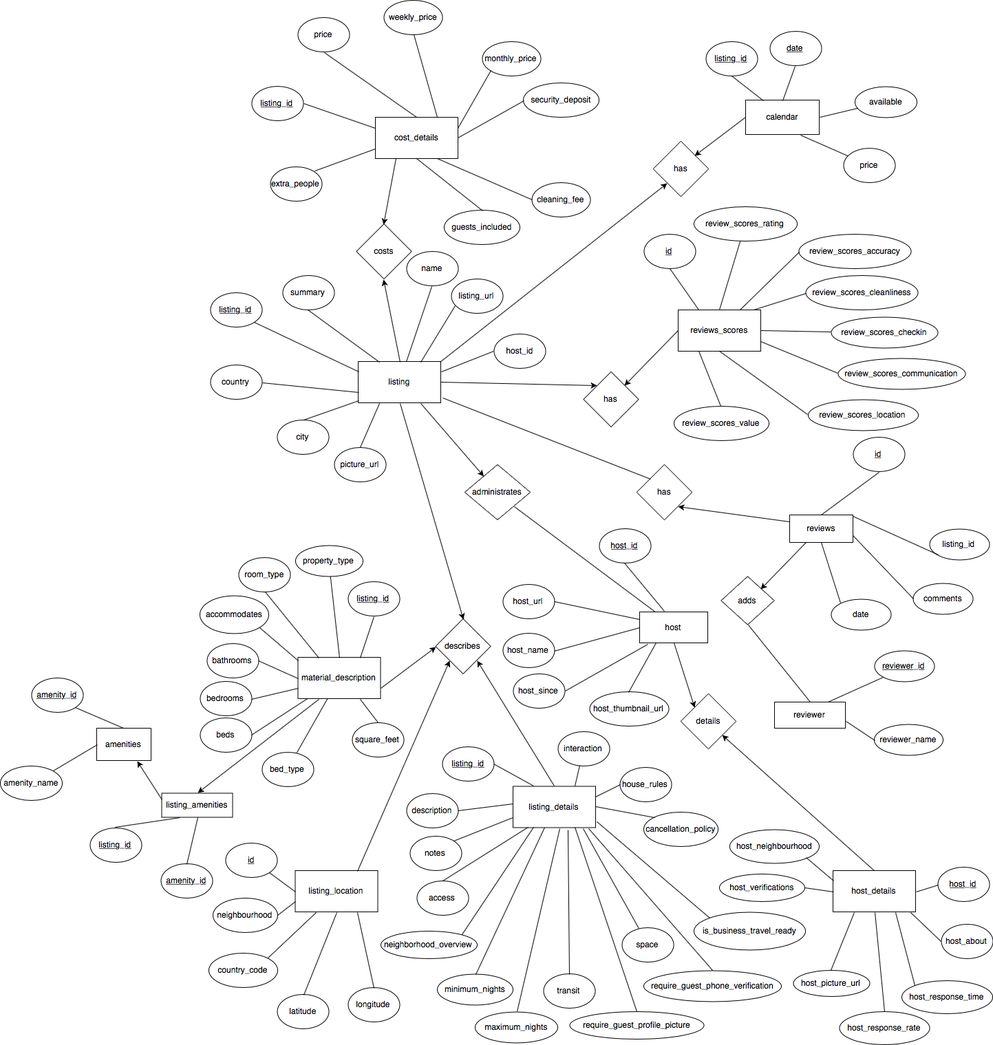
Above: ER/ER Model.png in KhalilMerzouk/rbnb_db_project (draw.io), before the change. Source tidied: cells renumbered, new cells last; positions are measured from the earlier drawing's top-left corner, leaving out a move shared by most shapes.
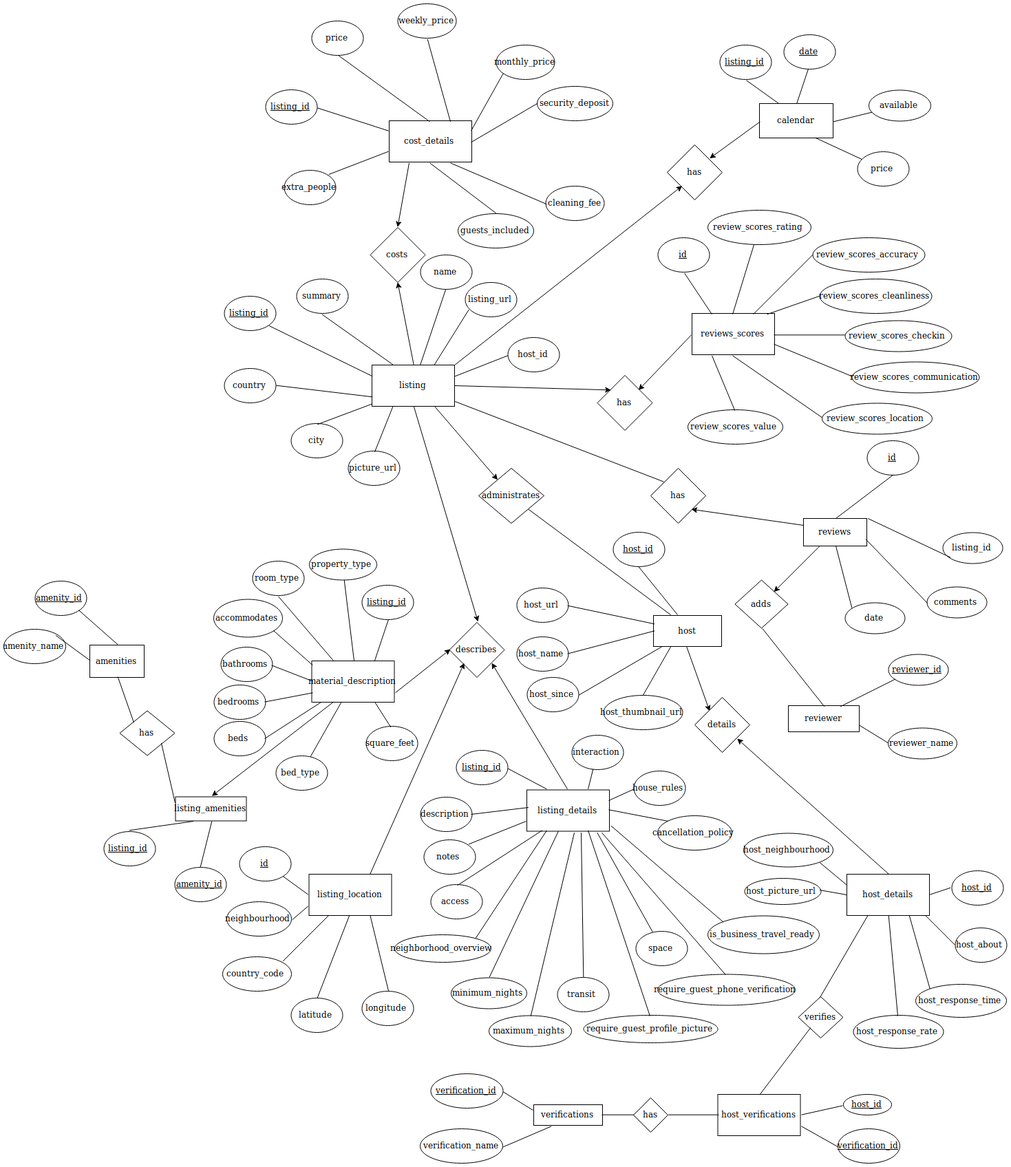
Later version of the same file.

What changed in the source:
```diff
@@ -119,11 +119,6 @@
     <mxCell id="40" style="endArrow=none;html=1;exitX=0;exitY=0.75;exitDx=0;exitDy=0;entryX=1;entryY=0;entryDx=0;entryDy=0;" parent="1" edge="1" source="9" target="39">
       <mxGeometry relative="1" as="geometry" />
     </mxCell>
-    <mxCell id="41" style="endArrow=none;html=1;exitX=1;exitY=0.5;exitDx=0;exitDy=0;entryX=0.5;entryY=1;entryDx=0;entryDy=0;" parent="1" edge="1" target="x">
-      <mxGeometry relative="1" as="geometry">
-        <mxPoint x="1065.4" y="762" as="sourcePoint" />
-      </mxGeometry>
-    </mxCell>
     <mxCell id="42" value="reviewer" style="rounded=0;whiteSpace=wrap;html=1;" parent="1" vertex="1">
       <mxGeometry x="1125" y="1020" width="103" height="38" as="geometry" />
     </mxCell>
@@ -169,11 +164,11 @@
     <mxCell id="56" style="endArrow=none;html=1;exitX=0;exitY=0.75;exitDx=0;exitDy=0;entryX=1;entryY=0.5;entryDx=0;entryDy=0;" parent="1" edge="1" source="5" target="55">
       <mxGeometry relative="1" as="geometry" />
     </mxCell>
-    <mxCell id="57" style="endArrow=classic;html=1;entryX=0;entryY=0;entryDx=0;entryDy=0;" parent="1" edge="1" target="17">
-      <mxGeometry relative="1" as="geometry">
-        <mxPoint x="640" y="555" as="sourcePoint" />
-      </mxGeometry>
-    </mxCell>
+    <mxCell id="204" style="endArrow=classic;html=1;entryX=0;entryY=0;entryDx=0;entryDy=0;" parent="1" edge="1" target="17">
+      <mxGeometry relative="1" as="geometry">
+        <mxPoint x="640" y="555" as="sourcePoint" />
+      </mxGeometry>
+    </mxCell>
     <mxCell id="58" style="endArrow=classic;html=1;entryX=1;entryY=0;entryDx=0;entryDy=0;exitX=0;exitY=0.5;exitDx=0;exitDy=0;" parent="1" edge="1" source="18" target="17">
       <mxGeometry relative="1" as="geometry" />
     </mxCell>
@@ -474,16 +469,6 @@
     <mxCell id="157" style="endArrow=none;html=1;entryX=0.5;entryY=0;entryDx=0;entryDy=0;exitX=0.25;exitY=1;exitDx=0;exitDy=0;" parent="1" edge="1" source="20" target="156">
       <mxGeometry relative="1" as="geometry" />
     </mxCell>
-    <mxCell id="158" style="endArrow=none;html=1;exitX=1;exitY=0.25;exitDx=0;exitDy=0;entryX=0;entryY=0.5;entryDx=0;entryDy=0;" parent="1" edge="1" target="x">
-      <mxGeometry relative="1" as="geometry">
-        <mxPoint x="1111" y="700.9" as="sourcePoint" />
-      </mxGeometry>
-    </mxCell>
-    <mxCell id="159" style="endArrow=none;html=1;exitX=1;exitY=0.75;exitDx=0;exitDy=0;entryX=0;entryY=0.5;entryDx=0;entryDy=0;" parent="1" edge="1" target="x">
-      <mxGeometry relative="1" as="geometry">
-        <mxPoint x="1111" y="725.3" as="sourcePoint" />
-      </mxGeometry>
-    </mxCell>
     <mxCell id="160" value="&lt;u&gt;host_id&lt;/u&gt;" style="ellipse;whiteSpace=wrap;html=1;shadow=0;" parent="1" vertex="1">
       <mxGeometry x="1362" y="1260" width="75" height="50" as="geometry" />
     </mxCell>
@@ -509,23 +494,19 @@
       <mxGeometry relative="1" as="geometry" />
     </mxCell>
     <mxCell id="168" value="&lt;div title=&quot;Page 8&quot;&gt;&lt;div title=&quot;Page 8&quot;&gt;&lt;div title=&quot;Page 8&quot;&gt;host_picture_url&lt;br&gt;&lt;/div&gt;&lt;/div&gt;&lt;/div&gt;" style="ellipse;whiteSpace=wrap;html=1;shadow=0;" parent="1" vertex="1">
-      <mxGeometry x="1152" y="1410" width="111" height="38" as="geometry" />
+      <mxGeometry x="1061" y="1270.5" width="111" height="38" as="geometry" />
     </mxCell>
-    <mxCell id="169" style="endArrow=none;html=1;entryX=0.5;entryY=0;entryDx=0;entryDy=0;exitX=0.25;exitY=1;exitDx=0;exitDy=0;" parent="1" edge="1" source="24" target="168">
-      <mxGeometry relative="1" as="geometry" />
-    </mxCell>
+    <mxCell id="205" style="endArrow=none;html=1;entryX=1;entryY=0.5;entryDx=0;entryDy=0;" parent="1" edge="1" target="168">
+      <mxGeometry relative="1" as="geometry">
+        <mxPoint x="1210" y="1295" as="sourcePoint" />
+      </mxGeometry>
+    </mxCell>
     <mxCell id="170" value="&lt;div title=&quot;Page 8&quot;&gt;&lt;div title=&quot;Page 8&quot;&gt;&lt;div title=&quot;Page 8&quot;&gt;host_neighbourhood&lt;br&gt;&lt;/div&gt;&lt;/div&gt;&lt;/div&gt;" style="ellipse;whiteSpace=wrap;html=1;shadow=0;" parent="1" vertex="1">
       <mxGeometry x="1060" y="1205" width="130" height="49" as="geometry" />
     </mxCell>
     <mxCell id="171" style="endArrow=none;html=1;entryX=1;entryY=1;entryDx=0;entryDy=0;exitX=0;exitY=0.25;exitDx=0;exitDy=0;" parent="1" edge="1" source="24" target="170">
       <mxGeometry relative="1" as="geometry" />
     </mxCell>
-    <mxCell id="172" value="&lt;div title=&quot;Page 8&quot;&gt;&lt;div title=&quot;Page 8&quot;&gt;&lt;div title=&quot;Page 8&quot;&gt;host_verifications&lt;br&gt;&lt;/div&gt;&lt;/div&gt;&lt;/div&gt;" style="ellipse;whiteSpace=wrap;html=1;shadow=0;" parent="1" vertex="1">
-      <mxGeometry x="1045" y="1269.5" width="124" height="40" as="geometry" />
-    </mxCell>
-    <mxCell id="173" style="endArrow=none;html=1;entryX=1;entryY=0.5;entryDx=0;entryDy=0;exitX=0;exitY=0.5;exitDx=0;exitDy=0;" parent="1" edge="1" source="24" target="172">
-      <mxGeometry relative="1" as="geometry" />
-    </mxCell>
     <mxCell id="174" value="calendar" style="rounded=0;whiteSpace=wrap;html=1;" parent="1" vertex="1">
       <mxGeometry x="1083" y="145" width="107" height="50" as="geometry" />
     </mxCell>
@@ -568,20 +549,17 @@
     <mxCell id="187" style="endArrow=none;html=1;entryX=0.5;entryY=0;entryDx=0;entryDy=0;exitX=0.25;exitY=1;exitDx=0;exitDy=0;" parent="1" edge="1" source="184" target="186">
       <mxGeometry relative="1" as="geometry" />
     </mxCell>
-    <mxCell id="188" style="endArrow=classic;html=1;exitX=0;exitY=0.25;exitDx=0;exitDy=0;entryX=0.75;entryY=1;entryDx=0;entryDy=0;" parent="1" edge="1" source="184" target="189">
-      <mxGeometry relative="1" as="geometry" />
-    </mxCell>
     <mxCell id="189" value="amenities" style="rounded=0;whiteSpace=wrap;html=1;" parent="1" vertex="1">
-      <mxGeometry x="140" y="1058" width="79" height="47" as="geometry" />
+      <mxGeometry x="110" y="932" width="79" height="47" as="geometry" />
     </mxCell>
     <mxCell id="190" value="&lt;div title=&quot;Page 8&quot;&gt;&lt;u&gt;amenity_id&lt;/u&gt;&lt;br&gt;&lt;/div&gt;" style="ellipse;whiteSpace=wrap;html=1;shadow=0;" parent="1" vertex="1">
-      <mxGeometry x="45" y="985" width="75" height="50" as="geometry" />
+      <mxGeometry x="30" y="839" width="75" height="50" as="geometry" />
     </mxCell>
     <mxCell id="191" style="endArrow=none;html=1;entryX=1;entryY=1;entryDx=0;entryDy=0;exitX=0.5;exitY=0;exitDx=0;exitDy=0;" parent="1" edge="1" source="189" target="190">
       <mxGeometry relative="1" as="geometry" />
     </mxCell>
     <mxCell id="192" value="&lt;div title=&quot;Page 8&quot;&gt;amenity_name&lt;br&gt;&lt;/div&gt;" style="ellipse;whiteSpace=wrap;html=1;shadow=0;" parent="1" vertex="1">
-      <mxGeometry y="1112.5" width="90" height="50" as="geometry" />
+      <mxGeometry x="-15" y="909" width="90" height="50" as="geometry" />
     </mxCell>
     <mxCell id="193" style="endArrow=none;html=1;entryX=1;entryY=0;entryDx=0;entryDy=0;exitX=0;exitY=0.5;exitDx=0;exitDy=0;" parent="1" edge="1" source="189" target="192">
       <mxGeometry relative="1" as="geometry" />
@@ -616,5 +594,62 @@
     <mxCell id="203" style="endArrow=classic;html=1;exitX=0.25;exitY=1;exitDx=0;exitDy=0;entryX=1;entryY=0;entryDx=0;entryDy=0;" parent="1" edge="1" source="75" target="76">
       <mxGeometry relative="1" as="geometry" />
     </mxCell>
+    <mxCell id="206" value="has" style="rhombus;whiteSpace=wrap;html=1;" parent="1" vertex="1">
+      <mxGeometry x="153.5" y="1027.5" width="80" height="65" as="geometry" />
+    </mxCell>
+    <mxCell id="207" style="endArrow=none;html=1;entryX=0;entryY=0.25;entryDx=0;entryDy=0;exitX=1;exitY=1;exitDx=0;exitDy=0;" parent="1" edge="1" source="206" target="184">
+      <mxGeometry relative="1" as="geometry" />
+    </mxCell>
+    <mxCell id="208" style="endArrow=none;html=1;entryX=0.5;entryY=1;entryDx=0;entryDy=0;exitX=0;exitY=0;exitDx=0;exitDy=0;" parent="1" edge="1" source="206" target="189">
+      <mxGeometry relative="1" as="geometry" />
+    </mxCell>
+    <mxCell id="209" value="verifies" style="rhombus;whiteSpace=wrap;html=1;" parent="1" vertex="1">
+      <mxGeometry x="1139.5" y="1443" width="65" height="60" as="geometry" />
+    </mxCell>
+    <mxCell id="210" style="endArrow=none;html=1;entryX=0.25;entryY=1;entryDx=0;entryDy=0;exitX=0.5;exitY=0;exitDx=0;exitDy=0;" parent="1" edge="1" source="209" target="24">
+      <mxGeometry relative="1" as="geometry" />
+    </mxCell>
+    <mxCell id="172" value="host_verifications" style="rounded=0;whiteSpace=wrap;html=1;" parent="1" vertex="1">
+      <mxGeometry x="1022.5" y="1585" width="120" height="60" as="geometry" />
+    </mxCell>
+    <mxCell id="211" style="endArrow=none;html=1;entryX=0;entryY=1;entryDx=0;entryDy=0;exitX=0.5;exitY=0;exitDx=0;exitDy=0;" parent="1" edge="1" source="172" target="209">
+      <mxGeometry relative="1" as="geometry" />
+    </mxCell>
+    <mxCell id="212" value="&lt;u&gt;host_id&lt;/u&gt;" style="ellipse;whiteSpace=wrap;html=1;" parent="1" vertex="1">
+      <mxGeometry x="1204.5" y="1585" width="70" height="30" as="geometry" />
+    </mxCell>
+    <mxCell id="213" value="&lt;u&gt;verification_id&lt;/u&gt;" style="ellipse;whiteSpace=wrap;html=1;" parent="1" vertex="1">
+      <mxGeometry x="1197" y="1635" width="90" height="50" as="geometry" />
+    </mxCell>
+    <mxCell id="214" style="endArrow=none;html=1;entryX=0;entryY=0.5;entryDx=0;entryDy=0;exitX=1;exitY=0.5;exitDx=0;exitDy=0;" parent="1" edge="1" source="172" target="212">
+      <mxGeometry relative="1" as="geometry" />
+    </mxCell>
+    <mxCell id="215" style="endArrow=none;html=1;entryX=0;entryY=0.5;entryDx=0;entryDy=0;exitX=1;exitY=0.75;exitDx=0;exitDy=0;" parent="1" edge="1" source="172" target="213">
+      <mxGeometry relative="1" as="geometry" />
+    </mxCell>
+    <mxCell id="216" value="has" style="rhombus;whiteSpace=wrap;html=1;" parent="1" vertex="1">
+      <mxGeometry x="900" y="1590" width="50" height="50" as="geometry" />
+    </mxCell>
+    <mxCell id="217" style="endArrow=none;html=1;entryX=0;entryY=0.5;entryDx=0;entryDy=0;exitX=1;exitY=0.5;exitDx=0;exitDy=0;" parent="1" edge="1" source="216" target="172">
+      <mxGeometry relative="1" as="geometry" />
+    </mxCell>
+    <mxCell id="218" value="verifications" style="rounded=0;whiteSpace=wrap;html=1;" parent="1" vertex="1">
+      <mxGeometry x="755" y="1600" width="100" height="30" as="geometry" />
+    </mxCell>
+    <mxCell id="219" style="endArrow=none;html=1;entryX=0;entryY=0.5;entryDx=0;entryDy=0;exitX=1;exitY=0.5;exitDx=0;exitDy=0;" parent="1" edge="1" source="218" target="216">
+      <mxGeometry relative="1" as="geometry" />
+    </mxCell>
+    <mxCell id="220" value="&lt;u&gt;verification_id&lt;/u&gt;" style="ellipse;whiteSpace=wrap;html=1;" parent="1" vertex="1">
+      <mxGeometry x="605" y="1555" width="105" height="50" as="geometry" />
+    </mxCell>
+    <mxCell id="221" style="endArrow=none;html=1;entryX=1;entryY=0.5;entryDx=0;entryDy=0;exitX=0;exitY=0.25;exitDx=0;exitDy=0;" parent="1" edge="1" source="218" target="220">
+      <mxGeometry relative="1" as="geometry" />
+    </mxCell>
+    <mxCell id="222" value="verification_name" style="ellipse;whiteSpace=wrap;html=1;" parent="1" vertex="1">
+      <mxGeometry x="590" y="1635" width="120" height="50" as="geometry" />
+    </mxCell>
+    <mxCell id="223" style="endArrow=none;html=1;entryX=0.25;entryY=1;entryDx=0;entryDy=0;exitX=1;exitY=0.5;exitDx=0;exitDy=0;" parent="1" edge="1" source="222" target="218">
+      <mxGeometry relative="1" as="geometry" />
+    </mxCell>
   </root>
 </mxGraphModel>
```
